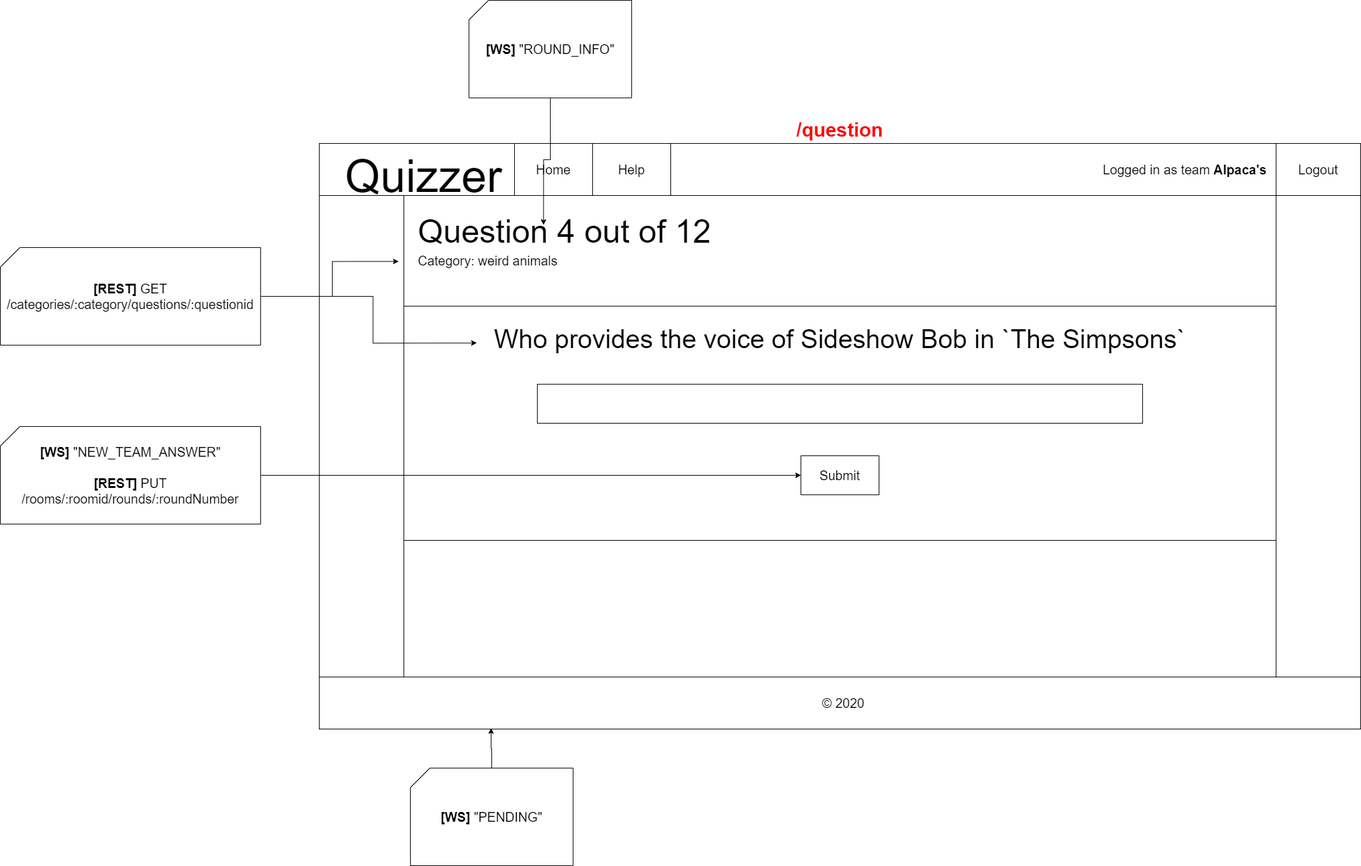
This is docs/wireframes-with-interactions/team-questions.png from IkBenDeSjaak/Quizzer, a draw.io export, as it was before one commit. Source tidied: cells renumbered, new cells last; positions are measured from the earlier drawing's top-left corner, leaving out a move shared by most shapes.
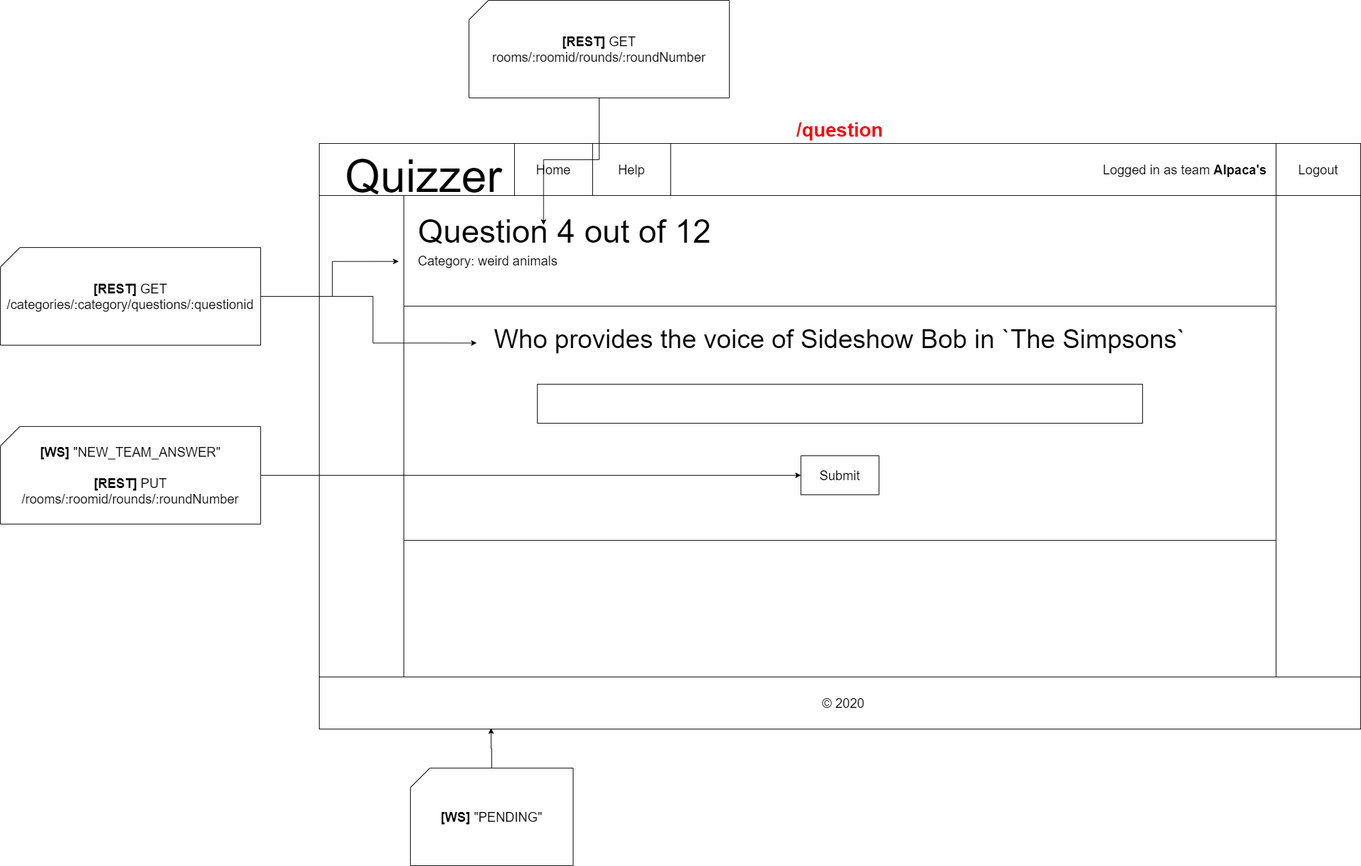
After the commit.

Commit message:
Update WS round_info to REST-api request

Change to the diagram source:
```diff
@@ -80,8 +80,8 @@
     <mxCell id="27" style="edgeStyle=orthogonalEdgeStyle;rounded=0;jettySize=auto;html=1;entryX=0.414;entryY=0.173;entryDx=0;entryDy=0;entryPerimeter=0;" parent="1" edge="1" source="28" target="13">
       <mxGeometry relative="1" as="geometry" />
     </mxCell>
-    <mxCell id="28" value="&lt;font style=&quot;font-size: 20px&quot;&gt;&lt;b&gt;[WS]&lt;/b&gt;&amp;nbsp;&quot;ROUND_INFO&quot;&lt;/font&gt;" style="shape=card;whiteSpace=wrap;html=1;" parent="1" vertex="1">
-      <mxGeometry x="720" width="250" height="150" as="geometry" />
+    <mxCell id="28" value="&lt;b style=&quot;font-size: 20px&quot;&gt;[REST]&lt;/b&gt;&lt;span style=&quot;font-size: 20px&quot;&gt;&amp;nbsp;GET&lt;/span&gt;&lt;br&gt;&lt;span style=&quot;font-size: 20px&quot;&gt;rooms/:roomid/rounds/:roundNumber&lt;/span&gt;" style="shape=card;whiteSpace=wrap;html=1;" parent="1" vertex="1">
+      <mxGeometry x="720" width="400" height="150" as="geometry" />
     </mxCell>
   </root>
 </mxGraphModel>
```
